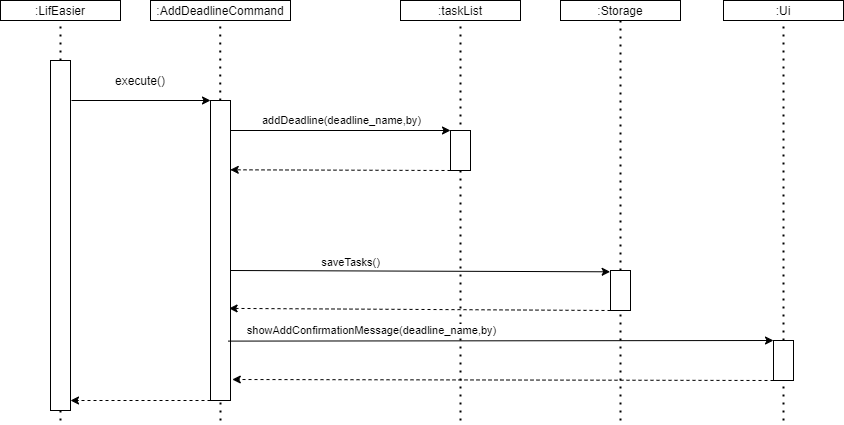
Earlier version of the draw.io export docs/images/DeveloperGuide/Figure 4.1-1.png (skyaxe97/tp). Source tidied: cells renumbered, new cells last; positions are measured from the earlier drawing's top-left corner, leaving out a move shared by most shapes.
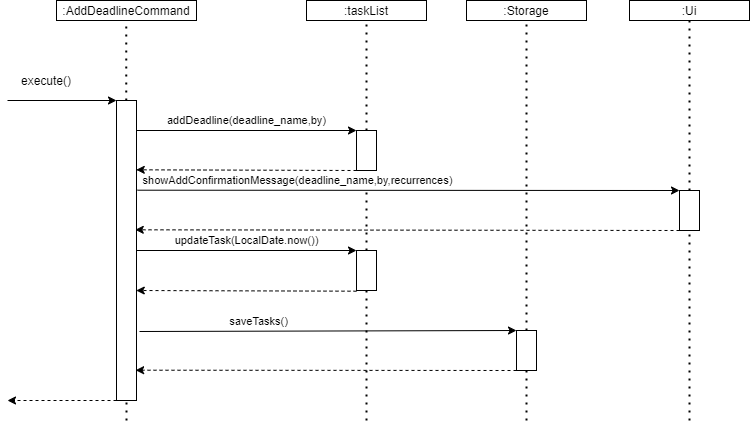
After the commit.

Diff of the diagram source:
```diff
@@ -2,26 +2,14 @@
   <root>
     <mxCell id="0" />
     <mxCell id="1" parent="0" />
-    <mxCell id="2" style="endArrow=none;dashed=1;html=1;dashPattern=1 3;strokeWidth=2;" parent="1" edge="1">
-      <mxGeometry relative="1" as="geometry">
-        <mxPoint x="60" y="420" as="sourcePoint" />
-        <mxPoint x="60" y="20" as="targetPoint" />
-      </mxGeometry>
-    </mxCell>
     <mxCell id="3" style="endArrow=classic;html=1;entryX=0;entryY=0;entryDx=0;entryDy=0;" parent="1" edge="1" target="9">
       <mxGeometry relative="1" as="geometry">
-        <mxPoint x="71" y="100" as="sourcePoint" />
+        <mxPoint x="101" y="100" as="sourcePoint" />
       </mxGeometry>
     </mxCell>
-    <mxCell id="4" value=":LifEasier" style="rounded=0;whiteSpace=wrap;html=1;" parent="1" vertex="1">
-      <mxGeometry width="120" height="20" as="geometry" />
-    </mxCell>
     <mxCell id="5" value="execute()" style="text;html=1;strokeColor=none;fillColor=none;align=center;verticalAlign=middle;whiteSpace=wrap;rounded=0;" parent="1" vertex="1">
       <mxGeometry x="120" y="70" width="40" height="20" as="geometry" />
     </mxCell>
-    <mxCell id="6" style="rounded=0;whiteSpace=wrap;html=1;" parent="1" vertex="1">
-      <mxGeometry x="50" y="60" width="20" height="350" as="geometry" />
-    </mxCell>
     <mxCell id="7" style="endArrow=none;dashed=1;html=1;dashPattern=1 3;strokeWidth=2;" parent="1" edge="1">
       <mxGeometry relative="1" as="geometry">
         <mxPoint x="220" y="420" as="sourcePoint" />
@@ -43,10 +31,8 @@
     <mxCell id="11" value=":taskList" style="rounded=0;whiteSpace=wrap;html=1;" parent="1" vertex="1">
       <mxGeometry x="400" width="120" height="20" as="geometry" />
     </mxCell>
-    <mxCell id="12" style="endArrow=none;dashed=1;html=1;dashPattern=1 3;strokeWidth=2;entryX=0.5;entryY=1;entryDx=0;entryDy=0;" parent="1" edge="1" target="11">
-      <mxGeometry relative="1" as="geometry">
-        <mxPoint x="460" y="420" as="sourcePoint" />
-      </mxGeometry>
+    <mxCell id="12" style="endArrow=none;dashed=1;html=1;dashPattern=1 3;strokeWidth=2;entryX=0.5;entryY=1;entryDx=0;entryDy=0;" parent="1" edge="1" source="29" target="11">
+      <mxGeometry relative="1" as="geometry" />
     </mxCell>
     <mxCell id="13" style="rounded=0;whiteSpace=wrap;html=1;" parent="1" vertex="1">
       <mxGeometry x="450" y="130" width="20" height="40" as="geometry" />
@@ -57,11 +43,8 @@
         <mxPoint x="229.8" y="169.3" as="targetPoint" />
       </mxGeometry>
     </mxCell>
-    <mxCell id="15" style="endArrow=classic;html=1;exitX=1.017;exitY=0.799;exitDx=0;exitDy=0;exitPerimeter=0;" parent="1" edge="1">
-      <mxGeometry relative="1" as="geometry">
-        <mxPoint x="230" y="270" as="sourcePoint" />
-        <mxPoint x="609.7" y="271.3" as="targetPoint" />
-      </mxGeometry>
+    <mxCell id="15" style="endArrow=classic;html=1;exitX=1.15;exitY=0.77;exitDx=0;exitDy=0;entryX=0;entryY=0;entryDx=0;entryDy=0;exitPerimeter=0;" parent="1" edge="1" source="9" target="24">
+      <mxGeometry relative="1" as="geometry" />
     </mxCell>
     <mxCell id="16" value="saveTasks()" style="edgeLabel;html=1;align=center;verticalAlign=middle;" parent="15" vertex="1">
       <mxGeometry x="-0.21" y="-1" relative="1" as="geometry">
@@ -74,41 +57,62 @@
     <mxCell id="18" style="endArrow=none;dashed=1;html=1;dashPattern=1 3;strokeWidth=2;entryX=0.5;entryY=1;entryDx=0;entryDy=0;" parent="1" edge="1" source="24" target="17">
       <mxGeometry relative="1" as="geometry" />
     </mxCell>
-    <mxCell id="19" style="endArrow=classic;html=1;exitX=0;exitY=1;exitDx=0;exitDy=0;dashed=1;entryX=0.93;entryY=0.693;entryDx=0;entryDy=0;entryPerimeter=0;" parent="1" edge="1" source="24" target="9">
+    <mxCell id="19" style="endArrow=classic;html=1;exitX=0;exitY=1;exitDx=0;exitDy=0;dashed=1;entryX=0.956;entryY=0.899;entryDx=0;entryDy=0;entryPerimeter=0;" parent="1" edge="1" source="24" target="9">
       <mxGeometry y="10" relative="1" as="geometry" />
     </mxCell>
     <mxCell id="20" style="endArrow=classic;html=1;dashed=1;" parent="1" edge="1">
       <mxGeometry y="10" relative="1" as="geometry">
         <mxPoint x="210" y="400" as="sourcePoint" />
-        <mxPoint x="70" y="400" as="targetPoint" />
+        <mxPoint x="101" y="400" as="targetPoint" />
       </mxGeometry>
     </mxCell>
     <mxCell id="21" value=":Ui" style="rounded=0;whiteSpace=wrap;html=1;" parent="1" vertex="1">
       <mxGeometry x="723" width="120" height="20" as="geometry" />
     </mxCell>
-    <mxCell id="22" style="endArrow=none;dashed=1;html=1;dashPattern=1 3;strokeWidth=2;entryX=0.5;entryY=1;entryDx=0;entryDy=0;" parent="1" edge="1" target="21">
-      <mxGeometry relative="1" as="geometry">
-        <mxPoint x="783" y="420" as="sourcePoint" />
-      </mxGeometry>
+    <mxCell id="22" style="endArrow=none;dashed=1;html=1;dashPattern=1 3;strokeWidth=2;entryX=0.5;entryY=1;entryDx=0;entryDy=0;" parent="1" edge="1" source="23" target="21">
+      <mxGeometry relative="1" as="geometry" />
     </mxCell>
-    <mxCell id="23" style="rounded=0;whiteSpace=wrap;html=1;" parent="1" vertex="1">
-      <mxGeometry x="773" y="340" width="20" height="40" as="geometry" />
-    </mxCell>
     <mxCell id="24" style="rounded=0;whiteSpace=wrap;html=1;" parent="1" vertex="1">
-      <mxGeometry x="610" y="270" width="20" height="40" as="geometry" />
+      <mxGeometry x="610" y="330" width="20" height="40" as="geometry" />
     </mxCell>
     <mxCell id="25" style="endArrow=none;dashed=1;html=1;dashPattern=1 3;strokeWidth=2;entryX=0.5;entryY=1;entryDx=0;entryDy=0;" parent="1" edge="1" target="24">
       <mxGeometry relative="1" as="geometry">
         <mxPoint x="620" y="420" as="sourcePoint" />
       </mxGeometry>
     </mxCell>
-    <mxCell id="26" value="showAddConfirmationMessage(deadline_name,by)" style="endArrow=classic;html=1;exitX=0.89;exitY=0.802;exitDx=0;exitDy=0;exitPerimeter=0;entryX=0;entryY=0;entryDx=0;entryDy=0;" parent="1" edge="1" source="9" target="23">
-      <mxGeometry x="-0.48" y="10" relative="1" as="geometry" />
+    <mxCell id="26" value="showAddConfirmationMessage(deadline_name,by,recurrences)" style="endArrow=classic;html=1;exitX=1.05;exitY=0.299;exitDx=0;exitDy=0;entryX=0;entryY=0;entryDx=0;entryDy=0;exitPerimeter=0;" parent="1" edge="1" source="9" target="23">
+      <mxGeometry x="-0.41" y="10" relative="1" as="geometry" />
     </mxCell>
-    <mxCell id="27" style="endArrow=classic;html=1;exitX=0;exitY=1;exitDx=0;exitDy=0;dashed=1;entryX=1.09;entryY=0.93;entryDx=0;entryDy=0;entryPerimeter=0;" parent="1" edge="1" target="9">
-      <mxGeometry y="10" relative="1" as="geometry">
-        <mxPoint x="773" y="380" as="sourcePoint" />
-      </mxGeometry>
+    <mxCell id="27" style="endArrow=classic;html=1;exitX=0;exitY=1;exitDx=0;exitDy=0;dashed=1;entryX=0.938;entryY=0.431;entryDx=0;entryDy=0;entryPerimeter=0;" parent="1" edge="1" source="23" target="9">
+      <mxGeometry y="10" relative="1" as="geometry" />
     </mxCell>
+    <mxCell id="23" style="rounded=0;whiteSpace=wrap;html=1;" parent="1" vertex="1">
+      <mxGeometry x="773" y="190" width="20" height="40" as="geometry" />
+    </mxCell>
+    <mxCell id="28" style="endArrow=none;dashed=1;html=1;dashPattern=1 3;strokeWidth=2;entryX=0.5;entryY=1;entryDx=0;entryDy=0;" parent="1" edge="1" target="23">
+      <mxGeometry relative="1" as="geometry">
+        <mxPoint x="783" y="420" as="sourcePoint" />
+      </mxGeometry>
+    </mxCell>
+    <mxCell id="29" style="rounded=0;whiteSpace=wrap;html=1;" parent="1" vertex="1">
+      <mxGeometry x="450" y="250" width="20" height="40" as="geometry" />
+    </mxCell>
+    <mxCell id="30" style="endArrow=none;dashed=1;html=1;dashPattern=1 3;strokeWidth=2;entryX=0.5;entryY=1;entryDx=0;entryDy=0;" parent="1" edge="1" target="29">
+      <mxGeometry relative="1" as="geometry">
+        <mxPoint x="460" y="420" as="sourcePoint" />
+      </mxGeometry>
+    </mxCell>
+    <mxCell id="31" value="updateTask(LocalDate.now())" style="endArrow=classic;html=1;entryX=0;entryY=0;entryDx=0;entryDy=0;" parent="1" edge="1">
+      <mxGeometry y="10" relative="1" as="geometry">
+        <mxPoint x="230" y="250" as="sourcePoint" />
+        <mxPoint x="450" y="250" as="targetPoint" />
+      </mxGeometry>
+    </mxCell>
+    <mxCell id="32" style="endArrow=classic;html=1;exitX=0;exitY=1;exitDx=0;exitDy=0;entryX=0.988;entryY=0.231;entryDx=0;entryDy=0;dashed=1;entryPerimeter=0;" parent="1" edge="1">
+      <mxGeometry y="10" relative="1" as="geometry">
+        <mxPoint x="450" y="290.7" as="sourcePoint" />
+        <mxPoint x="229.8" y="290" as="targetPoint" />
+      </mxGeometry>
+    </mxCell>
   </root>
 </mxGraphModel>
```
